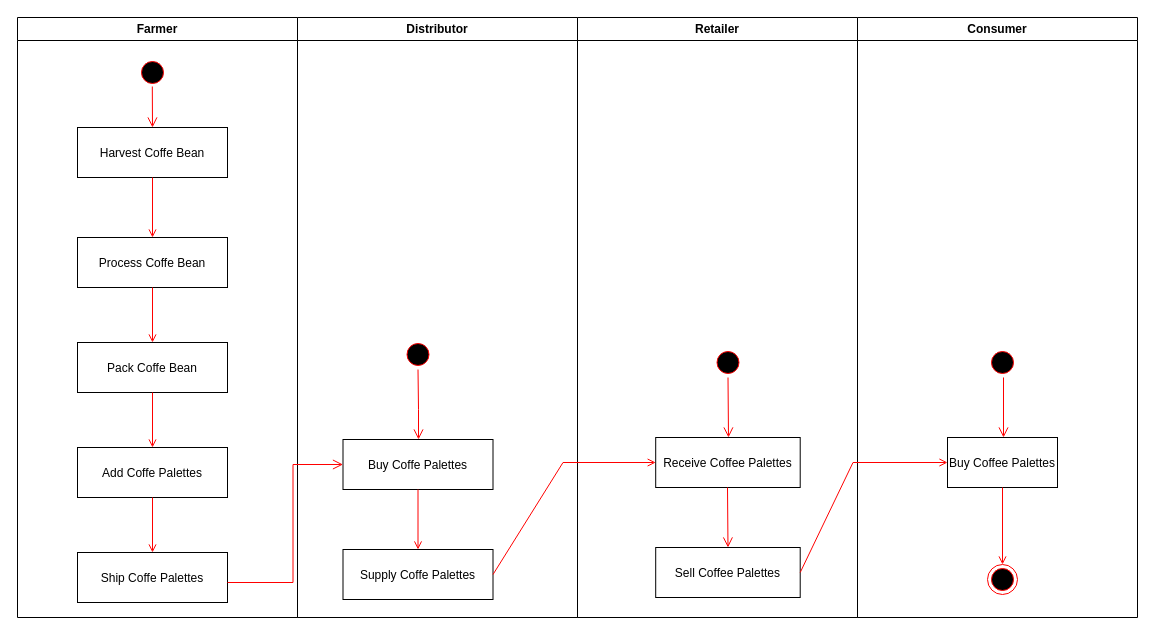
Before: project-6/diagram/activity_diagram_project3.drawio in Reguzzoni/UdacityBlockchainDeveloperProject3, a draw.io diagram. Source tidied: cells renumbered, new cells numbered last; positions are measured from the earlier drawing's top-left corner, leaving out a move shared by most shapes. Both pictures are drawn from the tidied source at 100%, with x=0, y=0 at pixel (17, 17).
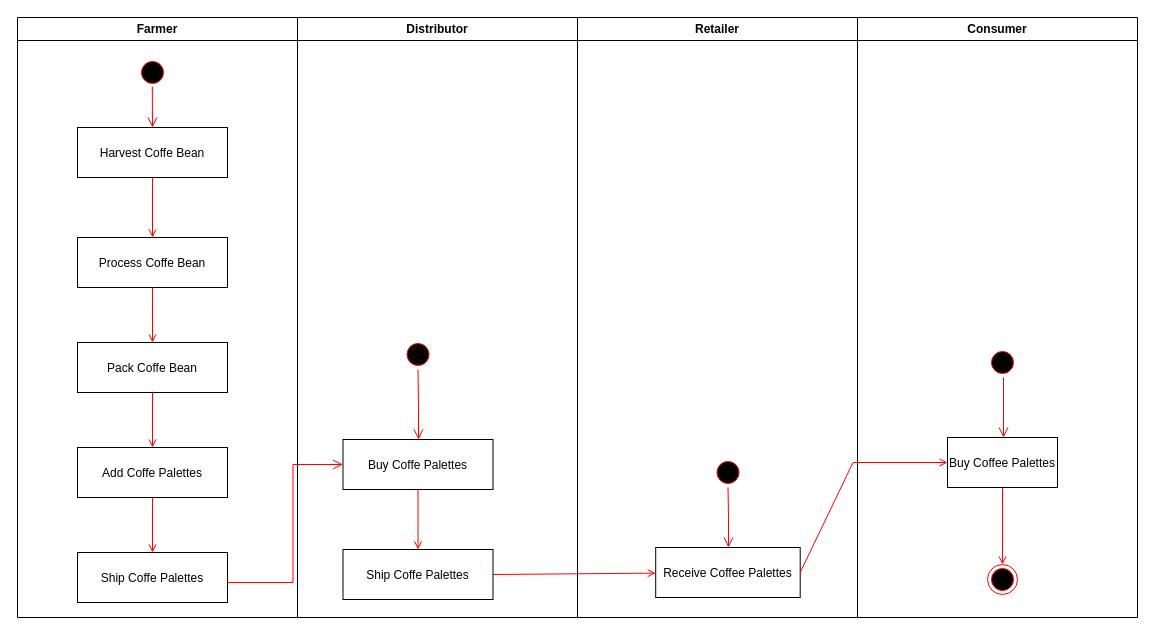
The same page after the edit.

Commit message (it also covers changes not shown here):
Fixed activity diagram

Unchanged cells that the change refers to:
```xml
<mxCell id="14" value="Distributor" style="swimlane;whiteSpace=wrap;" parent="1" vertex="1">
  <mxGeometry x="280" width="280" height="600" as="geometry" />
</mxCell>
<mxCell id="20" value="Retailer" style="swimlane;whiteSpace=wrap;" parent="1" vertex="1">
  <mxGeometry x="560" width="280" height="600" as="geometry" />
</mxCell>
<mxCell id="27" value="Buy Coffee Palettes" parent="26" vertex="1">
  <mxGeometry x="90" y="420" width="110" height="50" as="geometry" />
</mxCell>
```

Diff of the diagram source:
```diff
@@
-    <mxCell id="18" value="Supply Coffe Palettes" parent="14" vertex="1">
+    <mxCell id="18" value="Ship Coffe Palettes" parent="14" vertex="1">
       <mxGeometry x="45.5" y="532" width="150" height="50" as="geometry" />
     </mxCell>
@@
     <mxCell id="21" value="Receive Coffee Palettes" parent="20" vertex="1">
-      <mxGeometry x="78.2" y="420" width="144.5" height="50" as="geometry" />
+      <mxGeometry x="78.2" y="530" width="144.5" height="50" as="geometry" />
     </mxCell>
     <mxCell id="22" style="ellipse;shape=startState;fillColor=#000000;strokeColor=#ff0000;" parent="20" vertex="1">
-      <mxGeometry x="135.5" y="330" width="30" height="30" as="geometry" />
+      <mxGeometry x="135.5" y="440" width="30" height="30" as="geometry" />
     </mxCell>
-    <mxCell id="23" style="edgeStyle=elbowEdgeStyle;elbow=horizontal;verticalAlign=bottom;endArrow=open;endSize=8;strokeColor=#FF0000;endFill=1;rounded=0;" parent="20" edge="1" source="22">
-      <mxGeometry x="-763.5" y="164" as="geometry">
-        <mxPoint x="151.5" y="420" as="targetPoint" />
-        <Array as="points">
-          <mxPoint x="151" y="500" />
-        </Array>
-      </mxGeometry>
+    <mxCell id="23" style="edgeStyle=elbowEdgeStyle;elbow=horizontal;verticalAlign=bottom;endArrow=open;endSize=8;strokeColor=#FF0000;endFill=1;rounded=0;" parent="20" edge="1" source="22" target="21">
+      <mxGeometry x="-763.5" y="274" as="geometry" />
     </mxCell>
-    <mxCell id="24" style="edgeStyle=elbowEdgeStyle;elbow=horizontal;verticalAlign=bottom;endArrow=open;endSize=8;strokeColor=#FF0000;endFill=1;rounded=0;" parent="20" edge="1">
-      <mxGeometry x="-1488.5" y="154" as="geometry">
-        <mxPoint x="150" y="470" as="sourcePoint" />
-        <mxPoint x="151" y="530" as="targetPoint" />
-        <Array as="points">
-          <mxPoint x="150.5" y="610" />
-        </Array>
-      </mxGeometry>
-    </mxCell>
-    <mxCell id="25" value="Sell Coffee Palettes" parent="20" vertex="1">
-      <mxGeometry x="78.2" y="530" width="144.5" height="50" as="geometry" />
-    </mxCell>
@@
     <mxCell id="33" style="edgeStyle=none;strokeColor=#FF0000;endArrow=open;endFill=1;rounded=0;exitX=1;exitY=0.5;exitDx=0;exitDy=0;" parent="1" edge="1" source="18" target="21">
-      <mxGeometry relative="1" as="geometry">
-        <Array as="points">
-          <mxPoint x="545.5" y="445" />
-        </Array>
-      </mxGeometry>
+      <mxGeometry relative="1" as="geometry" />
     </mxCell>
-    <mxCell id="34" style="edgeStyle=none;strokeColor=#FF0000;endArrow=open;endFill=1;rounded=0;exitX=1;exitY=0.5;exitDx=0;exitDy=0;" parent="1" edge="1" source="25" target="27">
+    <mxCell id="34" style="edgeStyle=none;strokeColor=#FF0000;endArrow=open;endFill=1;rounded=0;exitX=1;exitY=0.5;exitDx=0;exitDy=0;" parent="1" edge="1" source="21" target="27">
       <mxGeometry relative="1" as="geometry">
         <Array as="points">
           <mxPoint x="835.5" y="445" />
         </Array>
       </mxGeometry>
     </mxCell>
```
